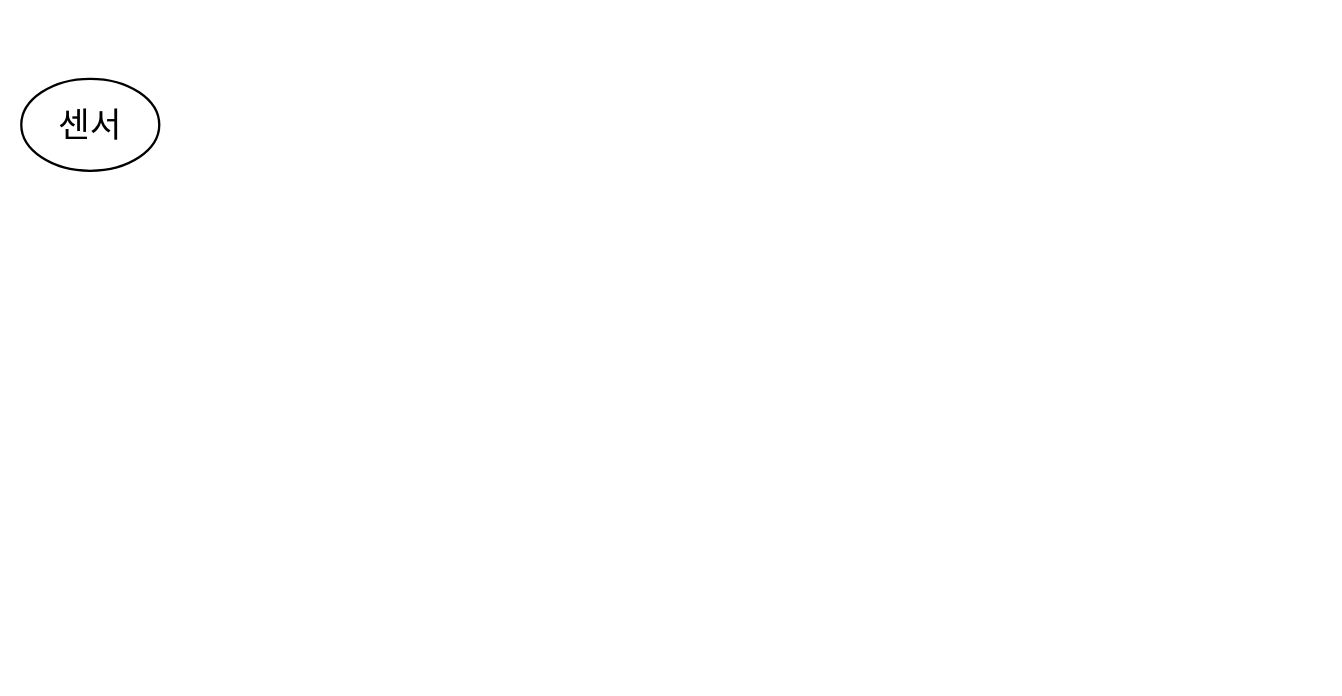
Before: 서비스흐름도.drawio in Sun-Rang/AI_-, a draw.io diagram. Source tidied: cells renumbered, new cells numbered last; positions are measured from the earlier drawing's top-left corner, leaving out a move shared by most shapes. Both pictures are drawn from the tidied source at 115%, with x=0, y=0 at pixel (21, 78).
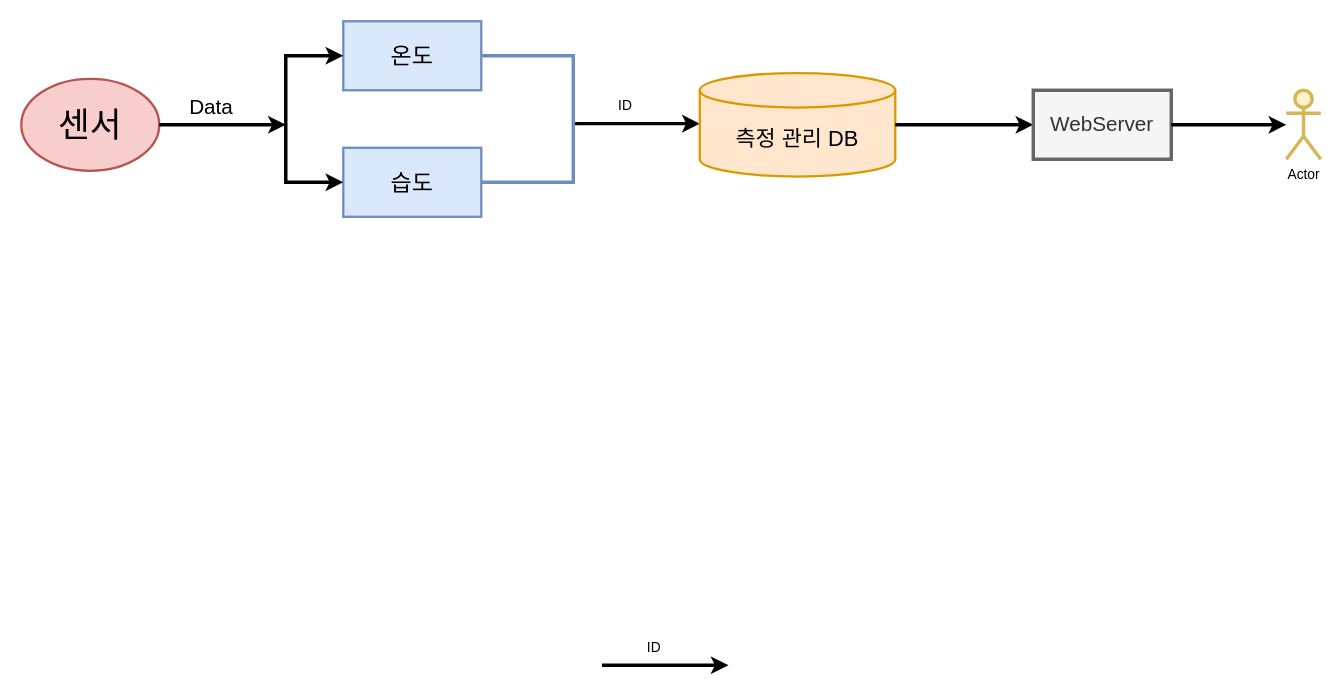
The same diagram, later.

Commit message (it also covers changes not shown here):
서비스흐름도.drawio 업데이트

Change to the diagram source:
```diff
@@
-    <mxCell id="2" value="센서" style="ellipse;whiteSpace=wrap;html=1;strokeWidth=2;fontSize=30;" parent="1" vertex="1">
+    <mxCell id="2" value="센서" style="ellipse;whiteSpace=wrap;html=1;strokeWidth=2;fontSize=30;fillColor=#f8cecc;strokeColor=#b85450;" parent="1" vertex="1">
       <mxGeometry width="120" height="80" as="geometry" />
     </mxCell>
+    <mxCell id="3" style="endArrow=classic;html=1;rounded=0;exitX=1;exitY=0.5;exitDx=0;exitDy=0;strokeWidth=3;" parent="1" edge="1" source="2">
+      <mxGeometry relative="1" as="geometry">
+        <mxPoint x="230" y="40" as="targetPoint" />
+      </mxGeometry>
+    </mxCell>
+    <mxCell id="4" value="Data" style="text;html=1;align=center;verticalAlign=middle;strokeColor=none;fillColor=none;fontSize=18;" parent="1" vertex="1">
+      <mxGeometry x="135" y="5" width="60" height="40" as="geometry" />
+    </mxCell>
+    <mxCell id="5" value="온도" style="whiteSpace=wrap;html=1;strokeWidth=2;fontSize=20;fillColor=#dae8fc;strokeColor=#6c8ebf;" parent="1" vertex="1">
+      <mxGeometry x="280" y="-50" width="120" height="60" as="geometry" />
+    </mxCell>
+    <mxCell id="6" style="endArrow=classic;html=1;rounded=0;exitX=1;exitY=0.5;exitDx=0;exitDy=0;strokeWidth=3;" parent="1" edge="1">
+      <mxGeometry relative="1" as="geometry">
+        <mxPoint x="505" y="510" as="sourcePoint" />
+        <mxPoint x="615" y="510" as="targetPoint" />
+      </mxGeometry>
+    </mxCell>
+    <mxCell id="7" value="ID" style="text;html=1;align=center;verticalAlign=middle;strokeColor=none;fillColor=none;" parent="1" vertex="1">
+      <mxGeometry x="530" y="480" width="40" height="30" as="geometry" />
+    </mxCell>
+    <mxCell id="8" value="습도" style="whiteSpace=wrap;html=1;strokeWidth=2;fontSize=20;fillColor=#dae8fc;strokeColor=#6c8ebf;" parent="1" vertex="1">
+      <mxGeometry x="280" y="60" width="120" height="60" as="geometry" />
+    </mxCell>
+    <mxCell id="9" style="endArrow=classic;html=1;rounded=0;exitX=1;exitY=0.5;exitDx=0;exitDy=0;strokeWidth=3;" parent="1" edge="1">
+      <mxGeometry relative="1" as="geometry">
+        <mxPoint x="480" y="39" as="sourcePoint" />
+        <mxPoint x="590" y="39" as="targetPoint" />
+      </mxGeometry>
+    </mxCell>
+    <mxCell id="10" value="ID" style="text;html=1;align=center;verticalAlign=middle;strokeColor=none;fillColor=none;" parent="1" vertex="1">
+      <mxGeometry x="505" y="9" width="40" height="30" as="geometry" />
+    </mxCell>
+    <mxCell id="11" style="endArrow=classic;startArrow=classic;html=1;rounded=0;entryX=0;entryY=0.5;entryDx=0;entryDy=0;exitX=0;exitY=0.5;exitDx=0;exitDy=0;fontSize=11;strokeWidth=3;" parent="1" edge="1" source="5" target="8">
+      <mxGeometry relative="1" as="geometry">
+        <Array as="points">
+          <mxPoint x="230" y="-20" />
+          <mxPoint x="230" y="10" />
+          <mxPoint x="230" y="40" />
+          <mxPoint x="230" y="90" />
+        </Array>
+      </mxGeometry>
+    </mxCell>
+    <mxCell id="12" style="endArrow=none;html=1;rounded=0;exitX=1;exitY=0.5;exitDx=0;exitDy=0;entryX=1;entryY=0.5;entryDx=0;entryDy=0;strokeWidth=3;fillColor=#dae8fc;strokeColor=#6c8ebf;" parent="1" edge="1" source="5" target="8">
+      <mxGeometry relative="1" as="geometry">
+        <Array as="points">
+          <mxPoint x="480" y="-20" />
+          <mxPoint x="480" y="40" />
+          <mxPoint x="480" y="90" />
+        </Array>
+      </mxGeometry>
+    </mxCell>
+    <mxCell id="13" value="&lt;font style=&quot;font-size: 19px;&quot;&gt;측정 관리 DB&lt;/font&gt;" style="shape=cylinder3;whiteSpace=wrap;html=1;boundedLbl=1;backgroundOutline=1;size=15;strokeWidth=2;fontSize=19;fillColor=#ffe6cc;strokeColor=#d79b00;" parent="1" vertex="1">
+      <mxGeometry x="590" y="-5" width="170" height="90" as="geometry" />
+    </mxCell>
+    <mxCell id="14" style="endArrow=classic;html=1;rounded=0;strokeWidth=3;" parent="1" edge="1">
+      <mxGeometry relative="1" as="geometry">
+        <mxPoint x="760" y="40" as="sourcePoint" />
+        <mxPoint x="880" y="40" as="targetPoint" />
+      </mxGeometry>
+    </mxCell>
+    <mxCell id="15" value="WebServer" style="whiteSpace=wrap;html=1;strokeWidth=3;fontSize=18;fillColor=#f5f5f5;fontColor=#333333;strokeColor=#666666;" parent="1" vertex="1">
+      <mxGeometry x="880" y="10" width="120" height="60" as="geometry" />
+    </mxCell>
+    <mxCell id="16" value="Actor" style="shape=umlActor;verticalLabelPosition=bottom;verticalAlign=top;html=1;strokeWidth=3;fillColor=#fff2cc;strokeColor=#d6b656;" parent="1" vertex="1">
+      <mxGeometry x="1100" y="10" width="30" height="60" as="geometry" />
+    </mxCell>
+    <mxCell id="17" style="endArrow=classic;html=1;rounded=0;strokeWidth=3;" parent="1" edge="1">
+      <mxGeometry relative="1" as="geometry">
+        <mxPoint x="1000" y="40" as="sourcePoint" />
+        <mxPoint x="1100" y="40" as="targetPoint" />
+      </mxGeometry>
+    </mxCell>
```
